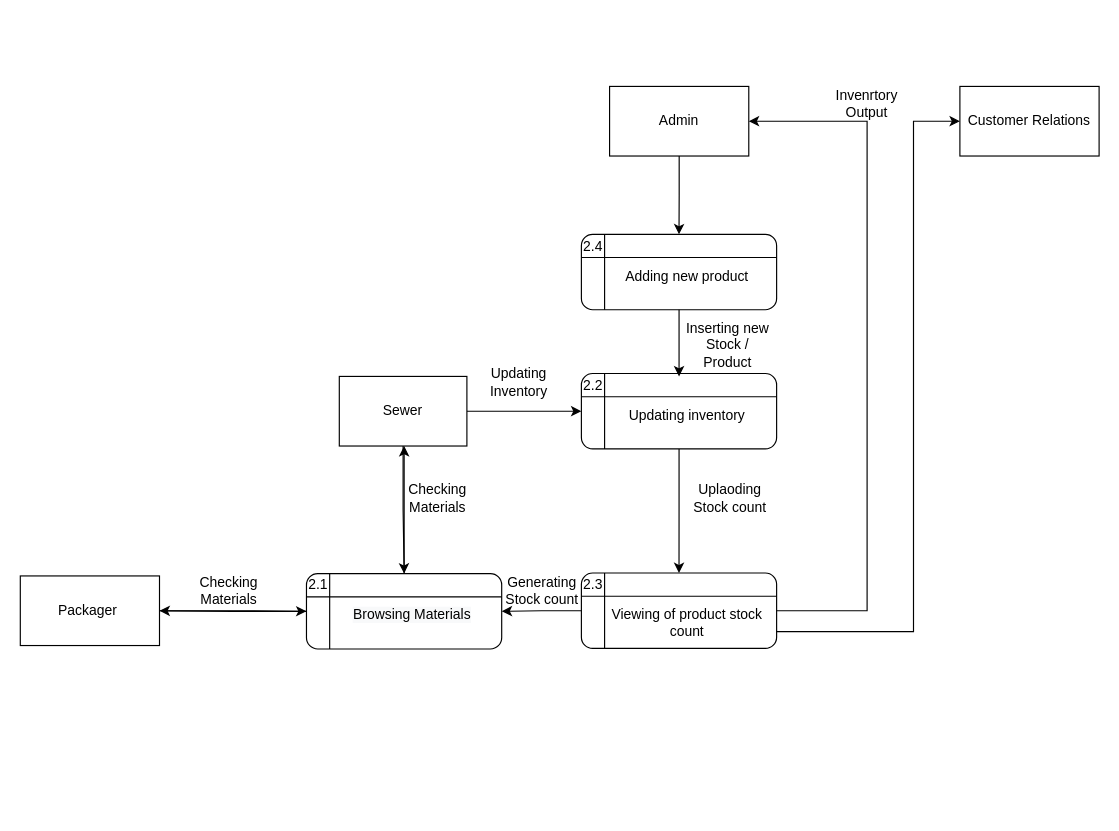
Before: page "Revision Level 2 DFD (Inventory Management)" (5 of 9) of DFD DIAGRAMS.drawio in BryanFabellore/Team_SPOTLIGHT, a draw.io diagram. Source tidied: cells renumbered, new cells numbered last; positions are measured from the earlier drawing's top-left corner, leaving out a move shared by most shapes. Both pictures are drawn from the tidied source at 116%, with x=0, y=0 at pixel (20, 74).
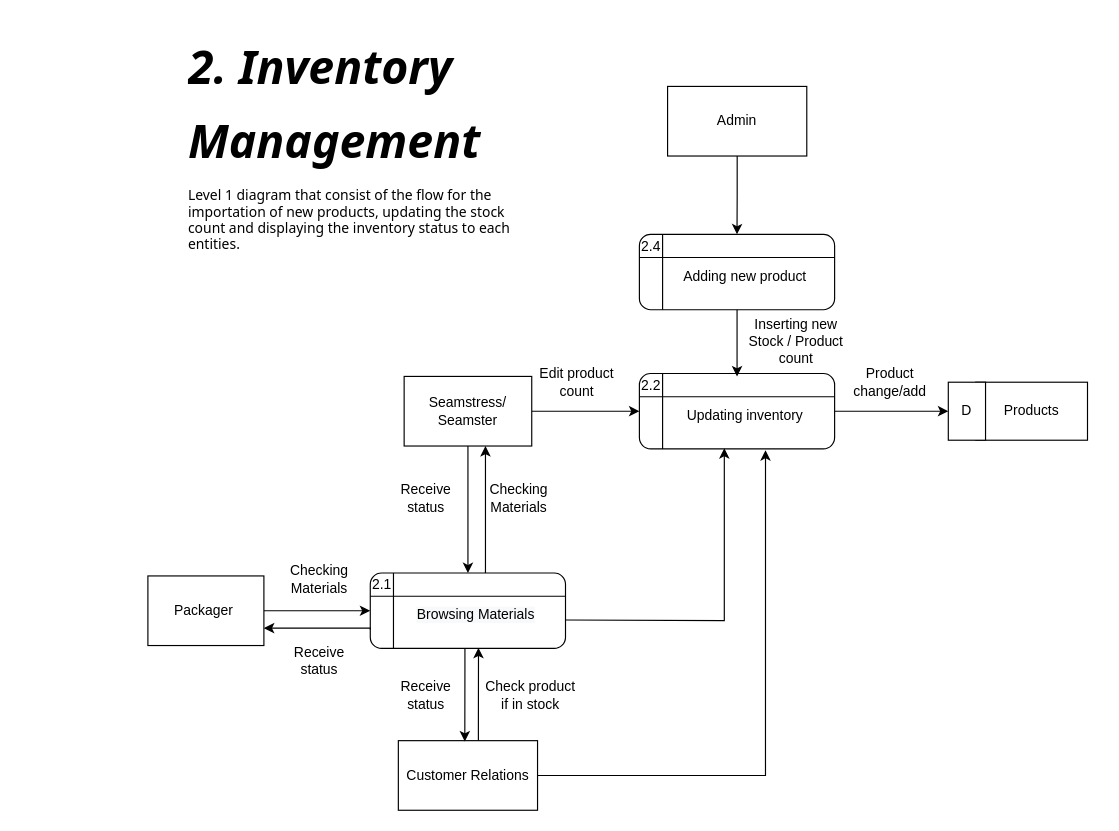
The same diagram, later.

Diff of the diagram source:
```diff
@@
-    <mxCell id="0" />
-    <mxCell id="1" parent="0" />
-    <mxCell id="2" style="edgeStyle=orthogonalEdgeStyle;rounded=0;jettySize=auto;html=1;entryX=0.5;entryY=0;entryDx=0;entryDy=0;" parent="1" edge="1" source="3" target="28">
-      <mxGeometry relative="1" as="geometry" />
-    </mxCell>
+    <mxCell id="40" />
+    <mxCell id="41" parent="40" />
+    <mxCell id="42" style="edgeStyle=orthogonalEdgeStyle;rounded=0;jettySize=auto;html=1;entryX=0.5;entryY=0;entryDx=0;entryDy=0;" parent="41" edge="1" source="3" target="58">
+      <mxGeometry relative="1" as="geometry" />
+    </mxCell>
-    <mxCell id="3" value="Admin" style="rounded=0;whiteSpace=wrap;html=1;strokeColor=default;fontFamily=Helvetica;fontSize=12;fontColor=default;fillColor=#FFFFFF;" parent="1" vertex="1">
-      <mxGeometry x="508" y="10" width="120" height="60" as="geometry" />
+    <mxCell id="3" value="Admin" style="rounded=0;whiteSpace=wrap;html=1;strokeColor=default;fontFamily=Helvetica;fontSize=12;fontColor=default;fillColor=#FFFFFF;" parent="41" vertex="1">
+      <mxGeometry x="558" y="10" width="120" height="60" as="geometry" />
     </mxCell>
-    <mxCell id="4" style="edgeStyle=orthogonalEdgeStyle;rounded=0;jettySize=auto;html=1;" parent="1" edge="1" source="5" target="11">
-      <mxGeometry relative="1" as="geometry" />
-    </mxCell>
+    <mxCell id="43" style="edgeStyle=orthogonalEdgeStyle;rounded=0;jettySize=auto;html=1;" parent="41" edge="1" source="5" target="50">
+      <mxGeometry relative="1" as="geometry" />
+    </mxCell>
-    <mxCell id="5" value="Packager&amp;nbsp;" style="rounded=0;whiteSpace=wrap;html=1;strokeColor=default;fontFamily=Helvetica;fontSize=12;fontColor=default;fillColor=#FFFFFF;" parent="1" vertex="1">
-      <mxGeometry y="432" width="120" height="60" as="geometry" />
+    <mxCell id="5" value="Packager&amp;nbsp;" style="rounded=0;whiteSpace=wrap;html=1;strokeColor=default;fontFamily=Helvetica;fontSize=12;fontColor=default;fillColor=#FFFFFF;" parent="41" vertex="1">
+      <mxGeometry x="110" y="432" width="100" height="60" as="geometry" />
     </mxCell>
-    <mxCell id="6" style="edgeStyle=orthogonalEdgeStyle;rounded=0;jettySize=auto;html=1;" parent="1" edge="1" source="8" target="11">
-      <mxGeometry relative="1" as="geometry" />
-    </mxCell>
-    <mxCell id="7" style="edgeStyle=orthogonalEdgeStyle;rounded=0;jettySize=auto;html=1;entryX=0;entryY=0.5;entryDx=0;entryDy=0;" parent="1" edge="1" source="8" target="16">
-      <mxGeometry relative="1" as="geometry" />
-    </mxCell>
-    <mxCell id="8" value="Sewer" style="rounded=0;whiteSpace=wrap;html=1;strokeColor=default;fontFamily=Helvetica;fontSize=12;fontColor=default;fillColor=#FFFFFF;" parent="1" vertex="1">
-      <mxGeometry x="275" y="260" width="110" height="60" as="geometry" />
-    </mxCell>
+    <mxCell id="44" style="edgeStyle=orthogonalEdgeStyle;rounded=0;jettySize=auto;html=1;" parent="41" edge="1" source="46" target="50">
+      <mxGeometry relative="1" as="geometry" />
+    </mxCell>
+    <mxCell id="45" style="edgeStyle=orthogonalEdgeStyle;rounded=0;jettySize=auto;html=1;entryX=0;entryY=0.5;entryDx=0;entryDy=0;" parent="41" edge="1" source="46" target="53">
+      <mxGeometry relative="1" as="geometry" />
+    </mxCell>
+    <mxCell id="46" value="Seamstress/&lt;br&gt;Seamster" style="rounded=0;whiteSpace=wrap;html=1;strokeColor=default;fontFamily=Helvetica;fontSize=12;fontColor=default;fillColor=#FFFFFF;" parent="41" vertex="1">
+      <mxGeometry x="330.9" y="260" width="110" height="60" as="geometry" />
+    </mxCell>
+    <mxCell id="47" style="edgeStyle=orthogonalEdgeStyle;rounded=0;orthogonalLoop=1;jettySize=auto;html=1;fontFamily=Tahoma;fontSize=40;" parent="41" edge="1">
+      <mxGeometry relative="1" as="geometry">
+        <mxPoint x="394.9" y="574" as="sourcePoint" />
+        <mxPoint x="395" y="494" as="targetPoint" />
+        <Array as="points">
+          <mxPoint x="395" y="564" />
+          <mxPoint x="395" y="564" />
+        </Array>
+      </mxGeometry>
+    </mxCell>
+    <mxCell id="48" style="edgeStyle=orthogonalEdgeStyle;rounded=0;jettySize=auto;html=1;entryX=0.646;entryY=1.017;entryDx=0;entryDy=0;entryPerimeter=0;fontFamily=Tahoma;fontSize=40;" parent="41" edge="1" source="9" target="53">
+      <mxGeometry relative="1" as="geometry" />
+    </mxCell>
-    <mxCell id="9" value="Customer Relations" style="rounded=0;whiteSpace=wrap;html=1;strokeColor=default;fontFamily=Helvetica;fontSize=12;fontColor=default;fillColor=#FFFFFF;" parent="1" vertex="1">
-      <mxGeometry x="810" y="10" width="120" height="60" as="geometry" />
+    <mxCell id="9" value="Customer Relations" style="rounded=0;whiteSpace=wrap;html=1;strokeColor=default;fontFamily=Helvetica;fontSize=12;fontColor=default;fillColor=#FFFFFF;" parent="41" vertex="1">
+      <mxGeometry x="325.9" y="574" width="120" height="60" as="geometry" />
     </mxCell>
-    <mxCell id="10" style="group;" parent="1" vertex="1">
-      <mxGeometry x="243" y="430" width="172" height="65" as="geometry" />
-    </mxCell>
-    <mxCell id="11" style="shape=internalStorage;whiteSpace=wrap;html=1;backgroundOutline=1;rounded=1;strokeColor=default;fontFamily=Helvetica;fontSize=12;fontColor=default;fillColor=#FFFFFF;" parent="10" vertex="1">
-      <mxGeometry x="3.7" width="168.3" height="65" as="geometry" />
-    </mxCell>
+    <mxCell id="49" style="group;" parent="41" vertex="1">
+      <mxGeometry x="298" y="429.5" width="172" height="65" as="geometry" />
+    </mxCell>
+    <mxCell id="50" style="shape=internalStorage;whiteSpace=wrap;html=1;backgroundOutline=1;rounded=1;strokeColor=default;fontFamily=Helvetica;fontSize=12;fontColor=default;fillColor=#FFFFFF;" parent="49" vertex="1">
+      <mxGeometry x="3.7" width="168.3" height="65" as="geometry" />
+    </mxCell>
-    <mxCell id="12" value="2.1" style="text;html=1;strokeColor=none;fillColor=none;align=center;verticalAlign=middle;whiteSpace=wrap;rounded=0;" parent="10" vertex="1">
+    <mxCell id="12" value="2.1" style="text;html=1;strokeColor=none;fillColor=none;align=center;verticalAlign=middle;whiteSpace=wrap;rounded=0;" parent="49" vertex="1">
       <mxGeometry y="0.9" width="28" height="18.6" as="geometry" />
     </mxCell>
-    <mxCell id="13" value="&lt;span style=&quot;color: rgb(0, 0, 0); font-family: Helvetica; font-size: 12px; font-style: normal; font-variant-ligatures: normal; font-variant-caps: normal; font-weight: 400; letter-spacing: normal; orphans: 2; text-indent: 0px; text-transform: none; widows: 2; word-spacing: 0px; -webkit-text-stroke-width: 0px; background-color: rgb(248, 249, 250); text-decoration-thickness: initial; text-decoration-style: initial; text-decoration-color: initial; float: none; display: inline !important;&quot;&gt;Browsing Materials&lt;/span&gt;" style="text;whiteSpace=wrap;html=1;align=center;" parent="10" vertex="1">
+    <mxCell id="13" value="&lt;span style=&quot;color: rgb(0, 0, 0); font-family: Helvetica; font-size: 12px; font-style: normal; font-variant-ligatures: normal; font-variant-caps: normal; font-weight: 400; letter-spacing: normal; orphans: 2; text-indent: 0px; text-transform: none; widows: 2; word-spacing: 0px; -webkit-text-stroke-width: 0px; background-color: rgb(248, 249, 250); text-decoration-thickness: initial; text-decoration-style: initial; text-decoration-color: initial; float: none; display: inline !important;&quot;&gt;Browsing Materials&lt;/span&gt;" style="text;whiteSpace=wrap;html=1;align=center;" parent="49" vertex="1">
       <mxGeometry x="25.2" y="22.3" width="140.2" height="37.1" as="geometry" />
     </mxCell>
-    <mxCell id="14" value="Checking Materials" style="text;html=1;strokeColor=none;fillColor=none;align=center;verticalAlign=middle;whiteSpace=wrap;rounded=0;" parent="1" vertex="1">
-      <mxGeometry x="320" y="340" width="80" height="50" as="geometry" />
-    </mxCell>
-    <mxCell id="15" style="group;" parent="1" vertex="1">
-      <mxGeometry x="480" y="257.5" width="172" height="65" as="geometry" />
-    </mxCell>
-    <mxCell id="16" style="shape=internalStorage;whiteSpace=wrap;html=1;backgroundOutline=1;rounded=1;strokeColor=default;fontFamily=Helvetica;fontSize=12;fontColor=default;fillColor=#FFFFFF;" parent="15" vertex="1">
-      <mxGeometry x="3.7" width="168.3" height="65" as="geometry" />
-    </mxCell>
+    <mxCell id="51" value="Checking Materials" style="text;html=1;strokeColor=none;fillColor=none;align=center;verticalAlign=middle;whiteSpace=wrap;rounded=0;" parent="41" vertex="1">
+      <mxGeometry x="390" y="340" width="80" height="50" as="geometry" />
+    </mxCell>
+    <mxCell id="52" style="group;" parent="41" vertex="1">
+      <mxGeometry x="530" y="257.5" width="172" height="65" as="geometry" />
+    </mxCell>
+    <mxCell id="53" style="shape=internalStorage;whiteSpace=wrap;html=1;backgroundOutline=1;rounded=1;strokeColor=default;fontFamily=Helvetica;fontSize=12;fontColor=default;fillColor=#FFFFFF;" parent="52" vertex="1">
+      <mxGeometry x="3.7" width="168.3" height="65" as="geometry" />
+    </mxCell>
-    <mxCell id="17" value="2.2" style="text;html=1;strokeColor=none;fillColor=none;align=center;verticalAlign=middle;whiteSpace=wrap;rounded=0;" parent="15" vertex="1">
+    <mxCell id="17" value="2.2" style="text;html=1;strokeColor=none;fillColor=none;align=center;verticalAlign=middle;whiteSpace=wrap;rounded=0;" parent="52" vertex="1">
       <mxGeometry y="0.9" width="28" height="18.6" as="geometry" />
     </mxCell>
-    <mxCell id="18" value="Updating inventory" style="text;whiteSpace=wrap;html=1;align=center;" parent="15" vertex="1">
+    <mxCell id="18" value="Updating inventory" style="text;whiteSpace=wrap;html=1;align=center;" parent="52" vertex="1">
       <mxGeometry x="25.2" y="22.3" width="140.2" height="37.1" as="geometry" />
     </mxCell>
-    <mxCell id="19" value="Updating Inventory" style="text;html=1;strokeColor=none;fillColor=none;align=center;verticalAlign=middle;whiteSpace=wrap;rounded=0;" parent="1" vertex="1">
-      <mxGeometry x="390" y="240" width="80" height="50" as="geometry" />
-    </mxCell>
-    <mxCell id="20" style="edgeStyle=orthogonalEdgeStyle;rounded=0;jettySize=auto;html=1;" parent="1" edge="1" source="11">
-      <mxGeometry relative="1" as="geometry">
-        <mxPoint x="330.9" y="320" as="targetPoint" />
-      </mxGeometry>
-    </mxCell>
-    <mxCell id="21" style="edgeStyle=orthogonalEdgeStyle;rounded=0;jettySize=auto;html=1;entryX=1;entryY=0.5;entryDx=0;entryDy=0;" parent="1" edge="1" source="11" target="5">
-      <mxGeometry relative="1" as="geometry" />
-    </mxCell>
-    <mxCell id="22" style="group;" parent="1" vertex="1">
-      <mxGeometry x="480" y="429.5" width="172" height="65" as="geometry" />
-    </mxCell>
-    <mxCell id="23" style="shape=internalStorage;whiteSpace=wrap;html=1;backgroundOutline=1;rounded=1;strokeColor=default;fontFamily=Helvetica;fontSize=12;fontColor=default;fillColor=#FFFFFF;" parent="22" vertex="1">
-      <mxGeometry x="3.7" width="168.3" height="65" as="geometry" />
-    </mxCell>
-    <mxCell id="24" value="2.3" style="text;html=1;strokeColor=none;fillColor=none;align=center;verticalAlign=middle;whiteSpace=wrap;rounded=0;" parent="22" vertex="1">
-      <mxGeometry y="0.9" width="28" height="18.6" as="geometry" />
-    </mxCell>
-    <mxCell id="25" value="Viewing of product stock count" style="text;whiteSpace=wrap;html=1;align=center;" parent="22" vertex="1">
-      <mxGeometry x="25.2" y="22.3" width="140.2" height="37.1" as="geometry" />
-    </mxCell>
-    <mxCell id="26" style="edgeStyle=orthogonalEdgeStyle;rounded=0;jettySize=auto;html=1;entryX=1;entryY=0.5;entryDx=0;entryDy=0;" parent="1" edge="1" source="23" target="11">
-      <mxGeometry relative="1" as="geometry" />
-    </mxCell>
-    <mxCell id="27" style="group;" parent="1" vertex="1">
-      <mxGeometry x="480" y="137.5" width="172" height="65" as="geometry" />
-    </mxCell>
-    <mxCell id="28" style="shape=internalStorage;whiteSpace=wrap;html=1;backgroundOutline=1;rounded=1;strokeColor=default;fontFamily=Helvetica;fontSize=12;fontColor=default;fillColor=#FFFFFF;" parent="27" vertex="1">
-      <mxGeometry x="3.7" width="168.3" height="65" as="geometry" />
-    </mxCell>
+    <mxCell id="54" value="Edit product count" style="text;html=1;strokeColor=none;fillColor=none;align=center;verticalAlign=middle;whiteSpace=wrap;rounded=0;" parent="41" vertex="1">
+      <mxGeometry x="440" y="240" width="80" height="50" as="geometry" />
+    </mxCell>
+    <mxCell id="55" style="edgeStyle=orthogonalEdgeStyle;rounded=0;jettySize=auto;html=1;" parent="41" edge="1" source="50">
+      <mxGeometry relative="1" as="geometry">
+        <mxPoint x="401" y="320" as="targetPoint" />
+        <Array as="points">
+          <mxPoint x="401" y="410" />
+          <mxPoint x="401" y="410" />
+        </Array>
+      </mxGeometry>
+    </mxCell>
+    <mxCell id="56" style="edgeStyle=orthogonalEdgeStyle;rounded=0;jettySize=auto;html=1;entryX=1;entryY=0.75;entryDx=0;entryDy=0;exitX=0;exitY=0.75;exitDx=0;exitDy=0;" parent="41" edge="1" source="50" target="5">
+      <mxGeometry relative="1" as="geometry">
+        <Array as="points">
+          <mxPoint x="302" y="477" />
+        </Array>
+      </mxGeometry>
+    </mxCell>
+    <mxCell id="57" style="group;" parent="41" vertex="1">
+      <mxGeometry x="530" y="137.5" width="172" height="65" as="geometry" />
+    </mxCell>
+    <mxCell id="58" style="shape=internalStorage;whiteSpace=wrap;html=1;backgroundOutline=1;rounded=1;strokeColor=default;fontFamily=Helvetica;fontSize=12;fontColor=default;fillColor=#FFFFFF;" parent="57" vertex="1">
+      <mxGeometry x="3.7" width="168.3" height="65" as="geometry" />
+    </mxCell>
-    <mxCell id="29" value="2.4" style="text;html=1;strokeColor=none;fillColor=none;align=center;verticalAlign=middle;whiteSpace=wrap;rounded=0;" parent="27" vertex="1">
+    <mxCell id="29" value="2.4" style="text;html=1;strokeColor=none;fillColor=none;align=center;verticalAlign=middle;whiteSpace=wrap;rounded=0;" parent="57" vertex="1">
       <mxGeometry y="0.9" width="28" height="18.6" as="geometry" />
     </mxCell>
-    <mxCell id="30" value="Adding new product" style="text;whiteSpace=wrap;html=1;align=center;" parent="27" vertex="1">
+    <mxCell id="30" value="Adding new product" style="text;whiteSpace=wrap;html=1;align=center;" parent="57" vertex="1">
       <mxGeometry x="25.2" y="22.3" width="140.2" height="37.1" as="geometry" />
     </mxCell>
-    <mxCell id="31" style="edgeStyle=orthogonalEdgeStyle;rounded=0;jettySize=auto;html=1;" parent="1" edge="1" source="28">
-      <mxGeometry relative="1" as="geometry">
-        <mxPoint x="567.9" y="260" as="targetPoint" />
-      </mxGeometry>
-    </mxCell>
-    <mxCell id="32" style="edgeStyle=orthogonalEdgeStyle;rounded=0;jettySize=auto;html=1;entryX=0.5;entryY=0;entryDx=0;entryDy=0;" parent="1" edge="1" source="16" target="23">
-      <mxGeometry relative="1" as="geometry" />
-    </mxCell>
-    <mxCell id="33" style="edgeStyle=orthogonalEdgeStyle;rounded=0;jettySize=auto;html=1;entryX=1;entryY=0.5;entryDx=0;entryDy=0;" parent="1" edge="1" source="23" target="3">
-      <mxGeometry relative="1" as="geometry">
-        <Array as="points">
-          <mxPoint x="730" y="462" />
-          <mxPoint x="730" y="40" />
-        </Array>
-      </mxGeometry>
-    </mxCell>
-    <mxCell id="34" style="edgeStyle=orthogonalEdgeStyle;rounded=0;jettySize=auto;html=1;entryX=0;entryY=0.5;entryDx=0;entryDy=0;" parent="1" edge="1" source="23" target="9">
-      <mxGeometry relative="1" as="geometry">
-        <Array as="points">
-          <mxPoint x="770" y="480" />
-          <mxPoint x="770" y="40" />
-        </Array>
-      </mxGeometry>
-    </mxCell>
-    <mxCell id="35" value="Checking Materials" style="text;html=1;strokeColor=none;fillColor=none;align=center;verticalAlign=middle;whiteSpace=wrap;rounded=0;" parent="1" vertex="1">
-      <mxGeometry x="140" y="420" width="80" height="50" as="geometry" />
-    </mxCell>
-    <mxCell id="36" value="Generating Stock count" style="text;html=1;strokeColor=none;fillColor=none;align=center;verticalAlign=middle;whiteSpace=wrap;rounded=0;" parent="1" vertex="1">
-      <mxGeometry x="410" y="420" width="80" height="50" as="geometry" />
-    </mxCell>
-    <mxCell id="37" value="Uplaoding Stock count" style="text;html=1;strokeColor=none;fillColor=none;align=center;verticalAlign=middle;whiteSpace=wrap;rounded=0;" parent="1" vertex="1">
-      <mxGeometry x="572" y="340" width="80" height="50" as="geometry" />
-    </mxCell>
-    <mxCell id="38" value="Inserting new Stock / Product" style="text;html=1;strokeColor=none;fillColor=none;align=center;verticalAlign=middle;whiteSpace=wrap;rounded=0;" parent="1" vertex="1">
-      <mxGeometry x="570" y="207.5" width="80" height="50" as="geometry" />
-    </mxCell>
-    <mxCell id="39" value="Invenrtory Output" style="text;html=1;strokeColor=none;fillColor=none;align=center;verticalAlign=middle;whiteSpace=wrap;rounded=0;" parent="1" vertex="1">
-      <mxGeometry x="690" width="80" height="50" as="geometry" />
-    </mxCell>
+    <mxCell id="59" style="edgeStyle=orthogonalEdgeStyle;rounded=0;jettySize=auto;html=1;" parent="41" edge="1" source="58">
+      <mxGeometry relative="1" as="geometry">
+        <mxPoint x="617.9" y="260" as="targetPoint" />
+      </mxGeometry>
+    </mxCell>
+    <mxCell id="60" value="Checking Materials" style="text;html=1;strokeColor=none;fillColor=none;align=center;verticalAlign=middle;whiteSpace=wrap;rounded=0;" parent="41" vertex="1">
+      <mxGeometry x="218" y="410" width="80" height="50" as="geometry" />
+    </mxCell>
+    <mxCell id="61" value="Product change/add" style="text;html=1;strokeColor=none;fillColor=none;align=center;verticalAlign=middle;whiteSpace=wrap;rounded=0;" parent="41" vertex="1">
+      <mxGeometry x="710" y="240" width="80" height="50" as="geometry" />
+    </mxCell>
+    <mxCell id="62" style="group;" parent="41" vertex="1">
+      <mxGeometry x="800" y="265" width="120" height="50" as="geometry" />
+    </mxCell>
+    <mxCell id="63" value="Products" style="rounded=0;whiteSpace=wrap;html=1;strokeColor=default;fontFamily=Helvetica;fontSize=12;fontColor=default;fillColor=#FFFFFF;" parent="62" vertex="1">
+      <mxGeometry x="23.7" width="96.3" height="50" as="geometry" />
+    </mxCell>
+    <mxCell id="64" value="D" style="rounded=0;whiteSpace=wrap;html=1;strokeColor=default;fontFamily=Helvetica;fontSize=12;fontColor=default;fillColor=#FFFFFF;" parent="62" vertex="1">
+      <mxGeometry width="32.1" height="50" as="geometry" />
+    </mxCell>
+    <mxCell id="65" style="edgeStyle=orthogonalEdgeStyle;rounded=0;jettySize=auto;html=1;fontFamily=Tahoma;fontSize=40;entryX=0;entryY=0.5;entryDx=0;entryDy=0;" parent="41" edge="1" source="53" target="64">
+      <mxGeometry relative="1" as="geometry" />
+    </mxCell>
+    <mxCell id="66" style="edgeStyle=orthogonalEdgeStyle;rounded=0;orthogonalLoop=1;jettySize=auto;html=1;fontFamily=Tahoma;fontSize=40;entryX=0.561;entryY=0.012;entryDx=0;entryDy=0;entryPerimeter=0;" parent="41" edge="1">
+      <mxGeometry relative="1" as="geometry">
+        <mxPoint x="383.3" y="494.9" as="sourcePoint" />
+        <mxPoint x="383.2" y="574.7" as="targetPoint" />
+        <Array as="points">
+          <mxPoint x="383" y="510" />
+          <mxPoint x="383" y="510" />
+        </Array>
+      </mxGeometry>
+    </mxCell>
+    <mxCell id="67" value="Check product if in stock" style="text;html=1;strokeColor=none;fillColor=none;align=center;verticalAlign=middle;whiteSpace=wrap;rounded=0;" parent="41" vertex="1">
+      <mxGeometry x="400" y="510" width="80" height="50" as="geometry" />
+    </mxCell>
+    <mxCell id="68" value="Receive&lt;br&gt;status" style="text;html=1;strokeColor=none;fillColor=none;align=center;verticalAlign=middle;whiteSpace=wrap;rounded=0;" parent="41" vertex="1">
+      <mxGeometry x="310" y="510" width="80" height="50" as="geometry" />
+    </mxCell>
+    <mxCell id="69" value="Inserting new Stock / Product count" style="text;html=1;strokeColor=none;fillColor=none;align=center;verticalAlign=middle;whiteSpace=wrap;rounded=0;" parent="41" vertex="1">
+      <mxGeometry x="618" y="204.5" width="102" height="50" as="geometry" />
+    </mxCell>
+    <mxCell id="70" style="edgeStyle=orthogonalEdgeStyle;rounded=0;jettySize=auto;html=1;fontFamily=Tahoma;fontSize=40;entryX=0.435;entryY=0.99;entryDx=0;entryDy=0;entryPerimeter=0;" parent="41" edge="1" target="53">
+      <mxGeometry relative="1" as="geometry">
+        <mxPoint x="470" y="470" as="sourcePoint" />
+      </mxGeometry>
+    </mxCell>
+    <mxCell id="71" value="&lt;h1&gt;&lt;i&gt;&lt;font face=&quot;Tahoma&quot; style=&quot;font-size: 40px;&quot;&gt;2. Inventory&lt;/font&gt;&lt;/i&gt;&lt;/h1&gt;&lt;h1&gt;&lt;i&gt;&lt;font face=&quot;Tahoma&quot; style=&quot;font-size: 40px;&quot;&gt;Management&lt;/font&gt;&lt;/i&gt;&lt;/h1&gt;&lt;p&gt;&lt;font face=&quot;Tahoma&quot;&gt;Level 1 diagram that consist of&amp;nbsp;the flow for the importation of new products, updating the stock count and displaying the inventory status to each entities.&lt;/font&gt;&lt;/p&gt;" style="text;html=1;strokeColor=none;fillColor=none;spacing=5;spacingTop=-20;whiteSpace=wrap;overflow=hidden;rounded=0;" parent="41" vertex="1">
+      <mxGeometry x="140" y="-37.5" width="290" height="197.5" as="geometry" />
+    </mxCell>
+    <mxCell id="72" value="Receive&lt;br&gt;status" style="text;html=1;strokeColor=none;fillColor=none;align=center;verticalAlign=middle;whiteSpace=wrap;rounded=0;" parent="41" vertex="1">
+      <mxGeometry x="218" y="480" width="80" height="50" as="geometry" />
+    </mxCell>
+    <mxCell id="73" value="Receive&lt;br&gt;status" style="text;html=1;strokeColor=none;fillColor=none;align=center;verticalAlign=middle;whiteSpace=wrap;rounded=0;" parent="41" vertex="1">
+      <mxGeometry x="310" y="340" width="80" height="50" as="geometry" />
+    </mxCell>
```
